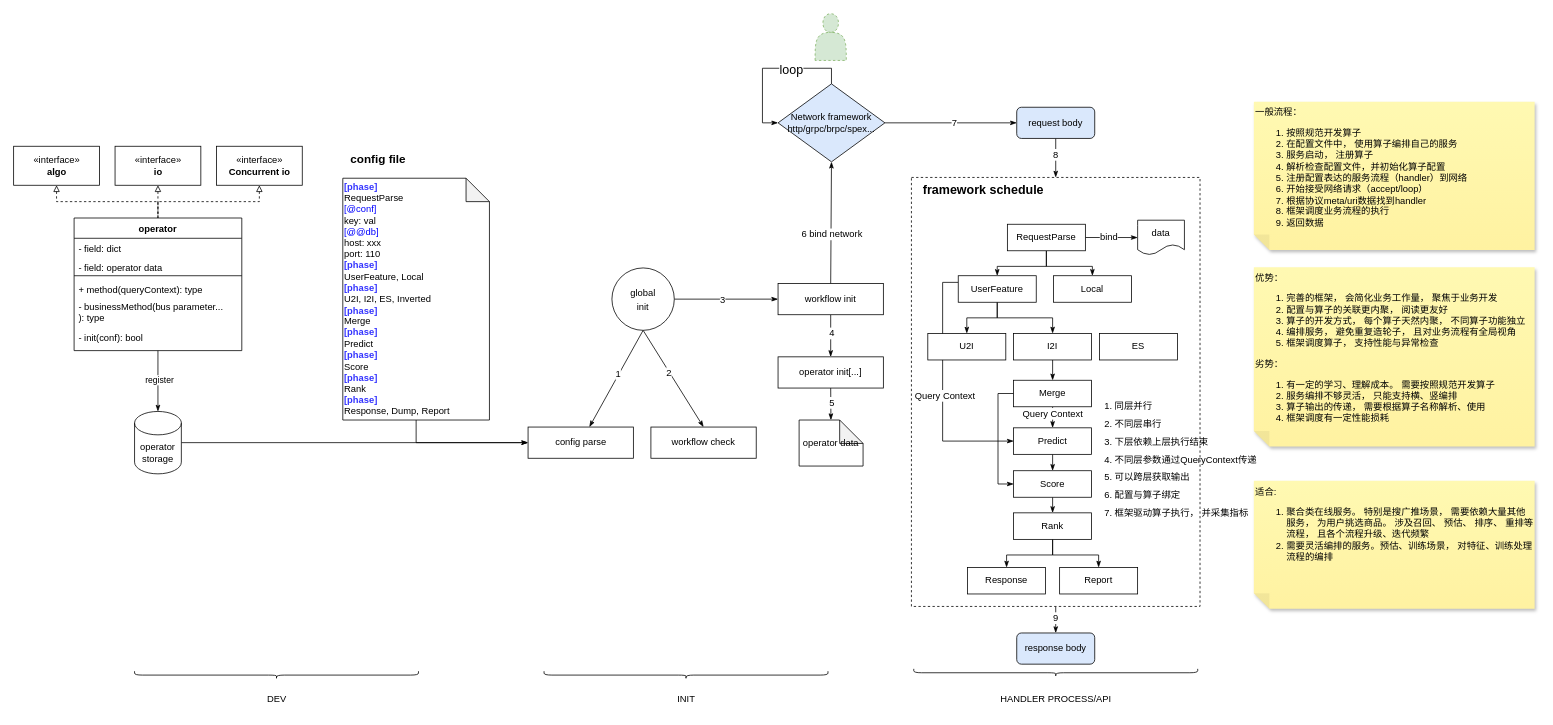
hpsdy/diagram keeps this draw.io diagram as tutu/workflow.drawio. Above is the earlier version. Source tidied: cells renumbered, new cells numbered last; positions are measured from the earlier drawing's top-left corner, leaving out a move shared by most shapes. Both pictures are drawn from the tidied source at 78%, with x=0, y=0 at pixel (13, 13).
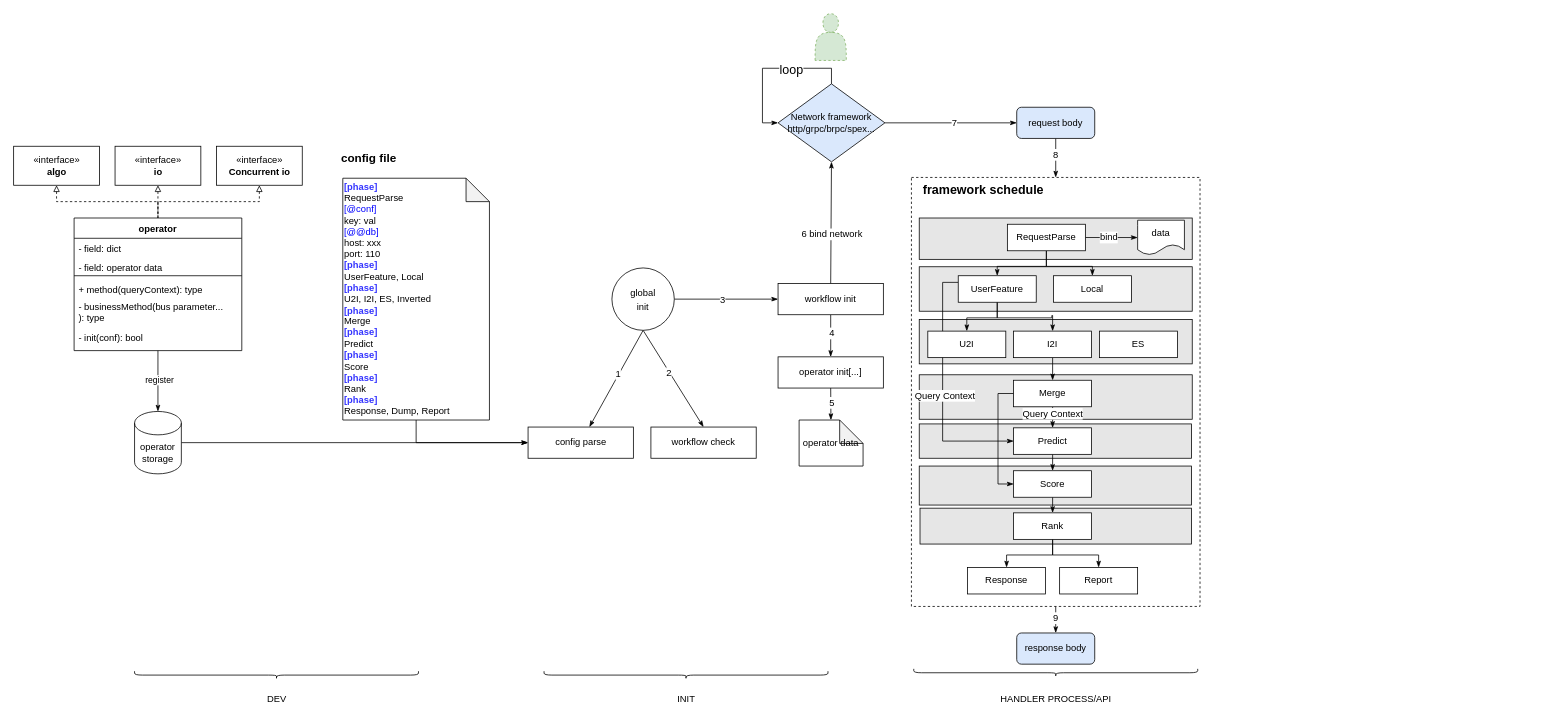
Above is the later version.

What changed in the source:
```diff
@@
+    <mxCell id="93" style="rounded=0;whiteSpace=wrap;html=1;fillColor=#E6E6E6;" parent="1" vertex="1">
+      <mxGeometry x="1162" y="700" width="348" height="56" as="geometry" />
+    </mxCell>
+    <mxCell id="4" style="rounded=0;whiteSpace=wrap;html=1;fontSize=12;fontColor=#000000;dashed=1;" parent="1" vertex="1">
+      <mxGeometry x="1151" y="210" width="370" height="550" as="geometry" />
+    </mxCell>
+    <mxCell id="94" style="rounded=0;whiteSpace=wrap;html=1;fillColor=#E6E6E6;" parent="1" vertex="1">
+      <mxGeometry x="1162" y="634" width="348" height="46" as="geometry" />
+    </mxCell>
+    <mxCell id="95" style="rounded=0;whiteSpace=wrap;html=1;fillColor=#E6E6E6;" parent="1" vertex="1">
+      <mxGeometry x="1161" y="580" width="349" height="50" as="geometry" />
+    </mxCell>
+    <mxCell id="96" style="rounded=0;whiteSpace=wrap;html=1;fillColor=#E6E6E6;" parent="1" vertex="1">
+      <mxGeometry x="1161" y="526" width="349" height="44" as="geometry" />
+    </mxCell>
+    <mxCell id="97" style="rounded=0;whiteSpace=wrap;html=1;fillColor=#E6E6E6;" parent="1" vertex="1">
+      <mxGeometry x="1161" y="463" width="350" height="57" as="geometry" />
+    </mxCell>
+    <mxCell id="98" style="rounded=0;whiteSpace=wrap;html=1;fillColor=#E6E6E6;" parent="1" vertex="1">
+      <mxGeometry x="1161" y="392" width="350" height="57" as="geometry" />
+    </mxCell>
+    <mxCell id="99" style="rounded=0;whiteSpace=wrap;html=1;fillColor=#E6E6E6;" parent="1" vertex="1">
+      <mxGeometry x="1161" y="324.5" width="350" height="57" as="geometry" />
+    </mxCell>
+    <mxCell id="100" style="rounded=0;whiteSpace=wrap;html=1;fillColor=#E6E6E6;" parent="1" vertex="1">
+      <mxGeometry x="1161" y="262" width="350" height="53" as="geometry" />
+    </mxCell>
@@
-    <mxCell id="4" style="rounded=0;whiteSpace=wrap;html=1;fontSize=12;fontColor=#000000;dashed=1;" parent="1" vertex="1">
-      <mxGeometry x="1151" y="210" width="370" height="550" as="geometry" />
-    </mxCell>
@@
-    <mxCell id="7" value="一般流程：&lt;br&gt;&lt;ol&gt;&lt;li&gt;按照规范开发算子&lt;/li&gt;&lt;li&gt;在配置文件中， 使用算子编排自己的服务&lt;/li&gt;&lt;li&gt;服务启动， 注册算子&lt;/li&gt;&lt;li&gt;解析检查配置文件，并初始化算子配置&lt;/li&gt;&lt;li&gt;注册配置表达的服务流程（handler）到网络&lt;/li&gt;&lt;li&gt;开始接受网络请求（accept/loop）&lt;/li&gt;&lt;li&gt;根据协议meta/uri数据找到handler&lt;/li&gt;&lt;li&gt;框架调度业务流程的执行&lt;/li&gt;&lt;li&gt;返回数据&lt;/li&gt;&lt;/ol&gt;" style="shape=note;whiteSpace=wrap;html=1;backgroundOutline=1;fontColor=#000000;darkOpacity=0.05;fillColor=#FFF9B2;strokeColor=none;fillStyle=solid;direction=west;gradientDirection=north;gradientColor=#FFF2A1;shadow=1;size=20;align=left;verticalAlign=top;" parent="1" vertex="1">
-      <mxGeometry x="1590" y="113" width="360" height="190" as="geometry" />
-    </mxCell>
-    <mxCell id="8" value="优势：&lt;br&gt;&lt;ol&gt;&lt;li&gt;完善的框架， 会简化业务工作量， 聚焦于业务开发&lt;/li&gt;&lt;li&gt;配置与算子的关联更内聚， 阅读更友好&lt;/li&gt;&lt;li&gt;算子的开发方式， 每个算子天然内聚， 不同算子功能独立&lt;/li&gt;&lt;li&gt;编排服务， 避免重复造轮子， 且对业务流程有全局视角&amp;nbsp;&lt;/li&gt;&lt;li&gt;框架调度算子， 支持性能与异常检查&lt;/li&gt;&lt;/ol&gt;&lt;div&gt;劣势：&lt;/div&gt;&lt;ol&gt;&lt;li&gt;有一定的学习、理解成本。 需要按照规范开发算子&lt;/li&gt;&lt;li&gt;服务编排不够灵活， 只能支持横、竖编排&lt;/li&gt;&lt;li&gt;算子输出的传递， 需要根据算子名称解析、使用&lt;/li&gt;&lt;li&gt;框架调度有一定性能损耗&lt;/li&gt;&lt;/ol&gt;" style="shape=note;whiteSpace=wrap;html=1;backgroundOutline=1;fontColor=#000000;darkOpacity=0.05;fillColor=#FFF9B2;strokeColor=none;fillStyle=solid;direction=west;gradientDirection=north;gradientColor=#FFF2A1;shadow=1;size=20;align=left;verticalAlign=top;" parent="1" vertex="1">
-      <mxGeometry x="1590" y="325" width="360" height="230" as="geometry" />
-    </mxCell>
@@
     <mxCell id="28" value="&lt;b&gt;&lt;font style=&quot;font-size: 15px;&quot;&gt;config file&lt;/font&gt;&lt;/b&gt;" style="text;html=1;align=center;verticalAlign=middle;fillColor=none;strokeColor=none;rounded=0;" parent="1" vertex="1">
-      <mxGeometry x="422" y="171" width="90" height="30" as="geometry" />
+      <mxGeometry x="410" y="170" width="90" height="30" as="geometry" />
     </mxCell>
@@
     <mxCell id="77" value="&lt;span style=&quot;text-align: left;&quot;&gt;ES&lt;/span&gt;" style="rounded=0;whiteSpace=wrap;html=1;fontSize=12;fontColor=#000000;" parent="1" vertex="1">
-      <mxGeometry x="1392" y="410" width="100" height="34" as="geometry" />
+      <mxGeometry x="1392" y="407" width="100" height="34" as="geometry" />
     </mxCell>
@@
     <mxCell id="79" value="&lt;span style=&quot;text-align: left;&quot;&gt;I2I&lt;/span&gt;" style="rounded=0;whiteSpace=wrap;html=1;fontSize=12;fontColor=#000000;" parent="1" vertex="1">
-      <mxGeometry x="1282" y="410" width="100" height="34" as="geometry" />
+      <mxGeometry x="1282" y="407" width="100" height="34" as="geometry" />
     </mxCell>
     <mxCell id="80" value="&lt;span style=&quot;text-align: left;&quot;&gt;U2I&lt;/span&gt;" style="rounded=0;whiteSpace=wrap;html=1;fontSize=12;fontColor=#000000;" parent="1" vertex="1">
-      <mxGeometry x="1172" y="410" width="100" height="34" as="geometry" />
+      <mxGeometry x="1172" y="407" width="100" height="34" as="geometry" />
     </mxCell>
@@
-    <mxCell id="87" value="&lt;br&gt;&lt;blockquote style=&quot;margin: 0 0 0 40px; border: none; padding: 0px;&quot;&gt;&lt;/blockquote&gt;&lt;ol style=&quot;line-height: 1.9;&quot;&gt;&lt;li&gt;&lt;span style=&quot;background-color: initial;&quot;&gt;同层并行&lt;/span&gt;&lt;/li&gt;&lt;li&gt;&lt;span style=&quot;background-color: initial;&quot;&gt;不同层串行&lt;/span&gt;&lt;/li&gt;&lt;li&gt;&lt;span style=&quot;background-color: initial;&quot;&gt;下层依赖上层执行结束&lt;/span&gt;&lt;/li&gt;&lt;li&gt;&lt;span style=&quot;background-color: initial;&quot;&gt;不同层参数通过QueryContext传递&lt;/span&gt;&lt;/li&gt;&lt;li&gt;&lt;span style=&quot;background-color: initial;&quot;&gt;可以跨层获取输出&lt;/span&gt;&lt;/li&gt;&lt;li&gt;配置与算子绑定&lt;/li&gt;&lt;li&gt;&lt;span style=&quot;background-color: initial;&quot;&gt;框架驱动算子执行， 并采集指标&lt;/span&gt;&lt;/li&gt;&lt;/ol&gt;&lt;blockquote style=&quot;margin: 0 0 0 40px; border: none; padding: 0px;&quot;&gt;&lt;/blockquote&gt;&lt;blockquote style=&quot;margin: 0 0 0 40px; border: none; padding: 0px;&quot;&gt;&lt;/blockquote&gt;&lt;blockquote style=&quot;margin: 0 0 0 40px; border: none; padding: 0px;&quot;&gt;&lt;/blockquote&gt;&lt;blockquote style=&quot;margin: 0 0 0 40px; border: none; padding: 0px;&quot;&gt;&lt;/blockquote&gt;" style="text;html=1;align=left;verticalAlign=middle;fillColor=none;strokeColor=none;rounded=0;dashed=1;fontSize=12;fontColor=#000000;perimeterSpacing=1;" parent="1" vertex="1">
-      <mxGeometry x="1370" y="460" width="250" height="210" as="geometry" />
+    <mxCell id="87" value="&lt;br&gt;&lt;blockquote style=&quot;margin: 0 0 0 40px; border: none; padding: 0px;&quot;&gt;&lt;/blockquote&gt;&lt;blockquote style=&quot;margin: 0 0 0 40px; border: none; padding: 0px;&quot;&gt;&lt;/blockquote&gt;&lt;blockquote style=&quot;margin: 0 0 0 40px; border: none; padding: 0px;&quot;&gt;&lt;/blockquote&gt;&lt;blockquote style=&quot;margin: 0 0 0 40px; border: none; padding: 0px;&quot;&gt;&lt;/blockquote&gt;" style="text;html=1;align=left;verticalAlign=middle;fillColor=none;strokeColor=none;rounded=0;dashed=1;fontSize=12;fontColor=#000000;perimeterSpacing=1;" parent="1" vertex="1">
+      <mxGeometry x="1620" y="610" width="60" height="30" as="geometry" />
     </mxCell>
@@
-    <mxCell id="92" value="适合:&lt;br&gt;&lt;ol&gt;&lt;li&gt;聚合类在线服务。 特别是搜广推场景， 需要依赖大量其他服务， 为用户挑选商品。 涉及召回、 预估、 排序、 重排等流程， 且各个流程升级、迭代频繁&lt;/li&gt;&lt;li&gt;需要灵活编排的服务。预估、训练场景， 对特征、训练处理流程的编排&lt;/li&gt;&lt;/ol&gt;" style="shape=note;whiteSpace=wrap;html=1;backgroundOutline=1;fontColor=#000000;darkOpacity=0.05;fillColor=#FFF9B2;strokeColor=none;fillStyle=solid;direction=west;gradientDirection=north;gradientColor=#FFF2A1;shadow=1;size=20;align=left;verticalAlign=top;" parent="1" vertex="1">
-      <mxGeometry x="1590" y="599" width="360" height="164" as="geometry" />
-    </mxCell>
```
